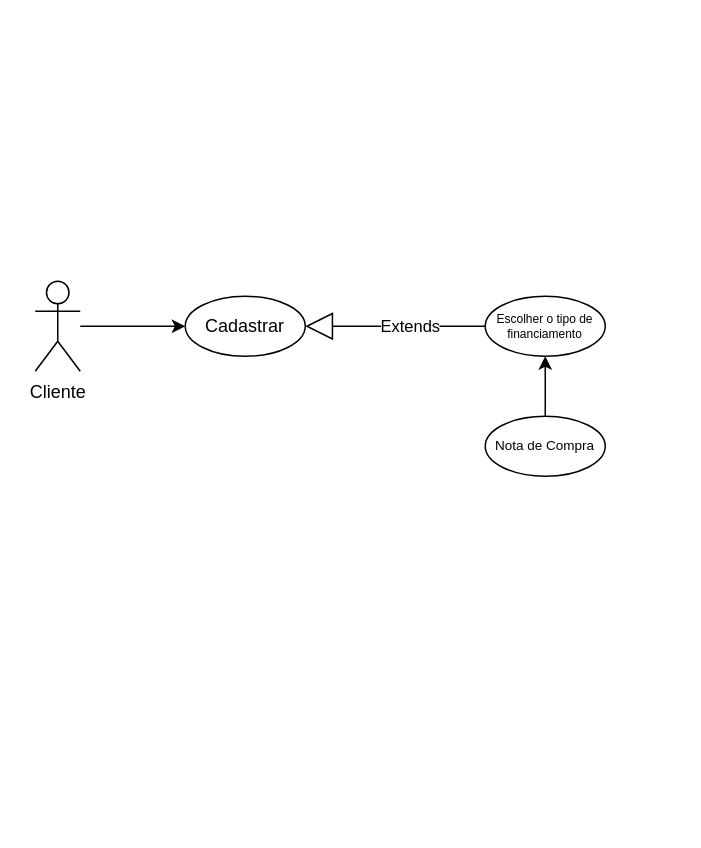
Above: Diagrama sem nome.drawio in SrilluminatiYT/Henrique (draw.io), before the change. Source tidied: cells renumbered, new cells numbered last; positions are measured from the earlier drawing's top-left corner, leaving out a move shared by most shapes. Both pictures are drawn from the tidied source at 150%, with x=0, y=0 at pixel (34, 280).
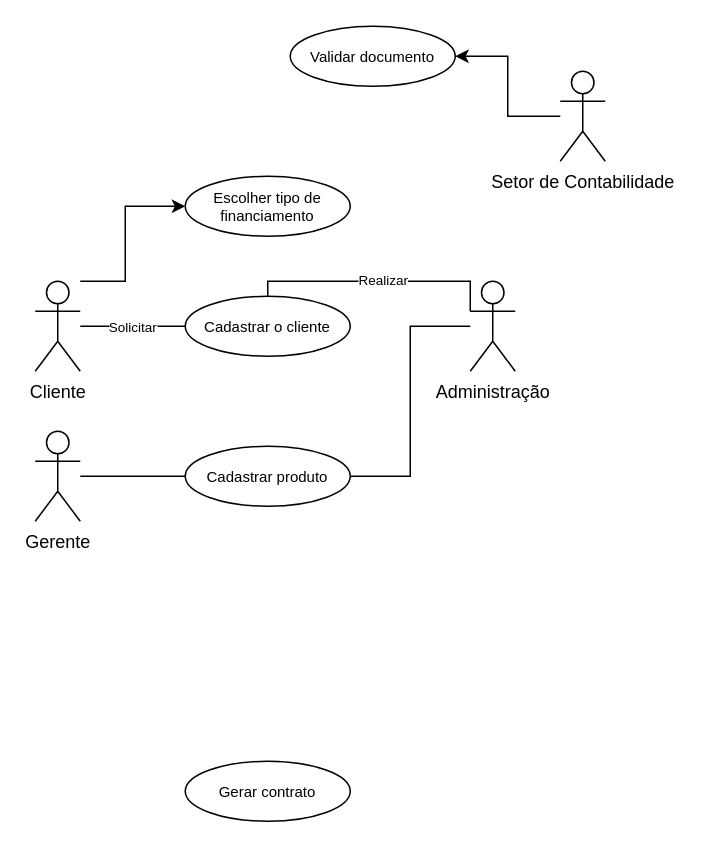
The same page after the edit.

The change refers to these unchanged cells:
```xml
<mxCell id="2" value="Cliente" style="shape=umlActor;verticalLabelPosition=bottom;verticalAlign=top;html=1;outlineConnect=0;" parent="1" vertex="1">
  <mxGeometry width="30" height="60" as="geometry" />
</mxCell>
```

Diff of the diagram source:
```diff
@@
+    <mxCell id="9" style="edgeStyle=orthogonalEdgeStyle;rounded=0;jettySize=auto;html=1;endArrow=none;endFill=0;" parent="1" edge="1" source="2" target="16">
+      <mxGeometry relative="1" as="geometry" />
+    </mxCell>
+    <mxCell id="10" value="&lt;font style=&quot;font-size: 9px;&quot;&gt;Solicitar&lt;/font&gt;" style="edgeLabel;html=1;align=center;verticalAlign=middle;" parent="9" vertex="1">
+      <mxGeometry x="-0.03" y="1" relative="1" as="geometry" />
+    </mxCell>
+    <mxCell id="11" style="edgeStyle=orthogonalEdgeStyle;rounded=0;jettySize=auto;html=1;entryX=0;entryY=0.5;entryDx=0;entryDy=0;" parent="1" edge="1" source="2" target="18">
+      <mxGeometry relative="1" as="geometry">
+        <Array as="points">
+          <mxPoint x="60" />
+          <mxPoint x="60" y="-50" />
+        </Array>
+      </mxGeometry>
+    </mxCell>
@@
-    <mxCell id="3" style="edgeStyle=orthogonalEdgeStyle;rounded=0;jettySize=auto;html=1;" parent="1" edge="1" source="2" target="4">
-      <mxGeometry relative="1" as="geometry" />
-    </mxCell>
-    <mxCell id="4" value="Cadastrar" style="ellipse;whiteSpace=wrap;html=1;" parent="1" vertex="1">
-      <mxGeometry x="100" y="10" width="80" height="40" as="geometry" />
-    </mxCell>
-    <mxCell id="5" value="Escolher o tipo de financiamento" style="ellipse;whiteSpace=wrap;html=1;fontSize=8;" parent="1" vertex="1">
-      <mxGeometry x="300" y="10" width="80" height="40" as="geometry" />
-    </mxCell>
-    <mxCell id="6" value="Extends" style="endArrow=block;endSize=16;endFill=0;html=1;rounded=0;entryX=1;entryY=0.5;entryDx=0;entryDy=0;exitX=0;exitY=0.5;exitDx=0;exitDy=0;" parent="1" edge="1" source="5" target="4">
-      <mxGeometry x="-0.17" relative="1" as="geometry" />
-    </mxCell>
-    <mxCell id="7" style="edgeStyle=orthogonalEdgeStyle;rounded=0;jettySize=auto;html=1;" parent="1" edge="1" source="8" target="5">
-      <mxGeometry relative="1" as="geometry" />
-    </mxCell>
-    <mxCell id="8" value="Nota de Compra" style="ellipse;whiteSpace=wrap;html=1;fontSize=9;" parent="1" vertex="1">
-      <mxGeometry x="300" y="90" width="80" height="40" as="geometry" />
-    </mxCell>
+    <mxCell id="12" style="edgeStyle=orthogonalEdgeStyle;rounded=0;jettySize=auto;html=1;endArrow=none;endFill=0;exitX=0;exitY=0.3333333333333333;exitDx=0;exitDy=0;exitPerimeter=0;" parent="1" edge="1" source="15" target="16">
+      <mxGeometry relative="1" as="geometry">
+        <Array as="points">
+          <mxPoint x="290" />
+          <mxPoint x="155" />
+        </Array>
+      </mxGeometry>
+    </mxCell>
+    <mxCell id="13" value="&lt;font style=&quot;font-size: 9px;&quot;&gt;Realizar&lt;/font&gt;" style="edgeLabel;html=1;align=center;verticalAlign=middle;" parent="12" vertex="1">
+      <mxGeometry x="-0.04" y="-2" relative="1" as="geometry" />
+    </mxCell>
+    <mxCell id="14" style="edgeStyle=orthogonalEdgeStyle;rounded=0;jettySize=auto;html=1;entryX=1;entryY=0.5;entryDx=0;entryDy=0;endArrow=none;endFill=0;" parent="1" edge="1" source="15" target="17">
+      <mxGeometry relative="1" as="geometry" />
+    </mxCell>
+    <mxCell id="15" value="Administração" style="shape=umlActor;verticalLabelPosition=bottom;verticalAlign=top;html=1;" parent="1" vertex="1">
+      <mxGeometry x="290" width="30" height="60" as="geometry" />
+    </mxCell>
+    <mxCell id="16" value="Cadastrar o cliente" style="ellipse;whiteSpace=wrap;html=1;fontSize=10;" parent="1" vertex="1">
+      <mxGeometry x="100" y="10" width="110" height="40" as="geometry" />
+    </mxCell>
+    <mxCell id="17" value="Cadastrar produto" style="ellipse;whiteSpace=wrap;html=1;fontSize=10;" parent="1" vertex="1">
+      <mxGeometry x="100" y="110" width="110" height="40" as="geometry" />
+    </mxCell>
+    <mxCell id="18" value="Escolher tipo de financiamento" style="ellipse;whiteSpace=wrap;html=1;fontSize=10;" parent="1" vertex="1">
+      <mxGeometry x="100" y="-70" width="110" height="40" as="geometry" />
+    </mxCell>
+    <mxCell id="19" style="edgeStyle=orthogonalEdgeStyle;rounded=0;jettySize=auto;html=1;endArrow=none;endFill=0;" parent="1" edge="1" source="20" target="17">
+      <mxGeometry relative="1" as="geometry" />
+    </mxCell>
+    <mxCell id="20" value="Gerente" style="shape=umlActor;verticalLabelPosition=bottom;verticalAlign=top;html=1;" parent="1" vertex="1">
+      <mxGeometry y="100" width="30" height="60" as="geometry" />
+    </mxCell>
+    <mxCell id="21" value="Gerar contrato" style="ellipse;whiteSpace=wrap;html=1;fontSize=10;" parent="1" vertex="1">
+      <mxGeometry x="100" y="320" width="110" height="40" as="geometry" />
+    </mxCell>
+    <mxCell id="22" style="edgeStyle=orthogonalEdgeStyle;rounded=0;jettySize=auto;html=1;" parent="1" edge="1" source="23" target="24">
+      <mxGeometry relative="1" as="geometry" />
+    </mxCell>
+    <mxCell id="23" value="Setor de Contabilidade" style="shape=umlActor;verticalLabelPosition=bottom;verticalAlign=top;html=1;direction=east;flipV=0;flipH=0;" parent="1" vertex="1">
+      <mxGeometry x="350" y="-140" width="30" height="60" as="geometry" />
+    </mxCell>
+    <mxCell id="24" value="Validar documento" style="ellipse;whiteSpace=wrap;html=1;fontSize=10;direction=east;flipV=0;flipH=0;" parent="1" vertex="1">
+      <mxGeometry x="170" y="-170" width="110" height="40" as="geometry" />
+    </mxCell>
```
